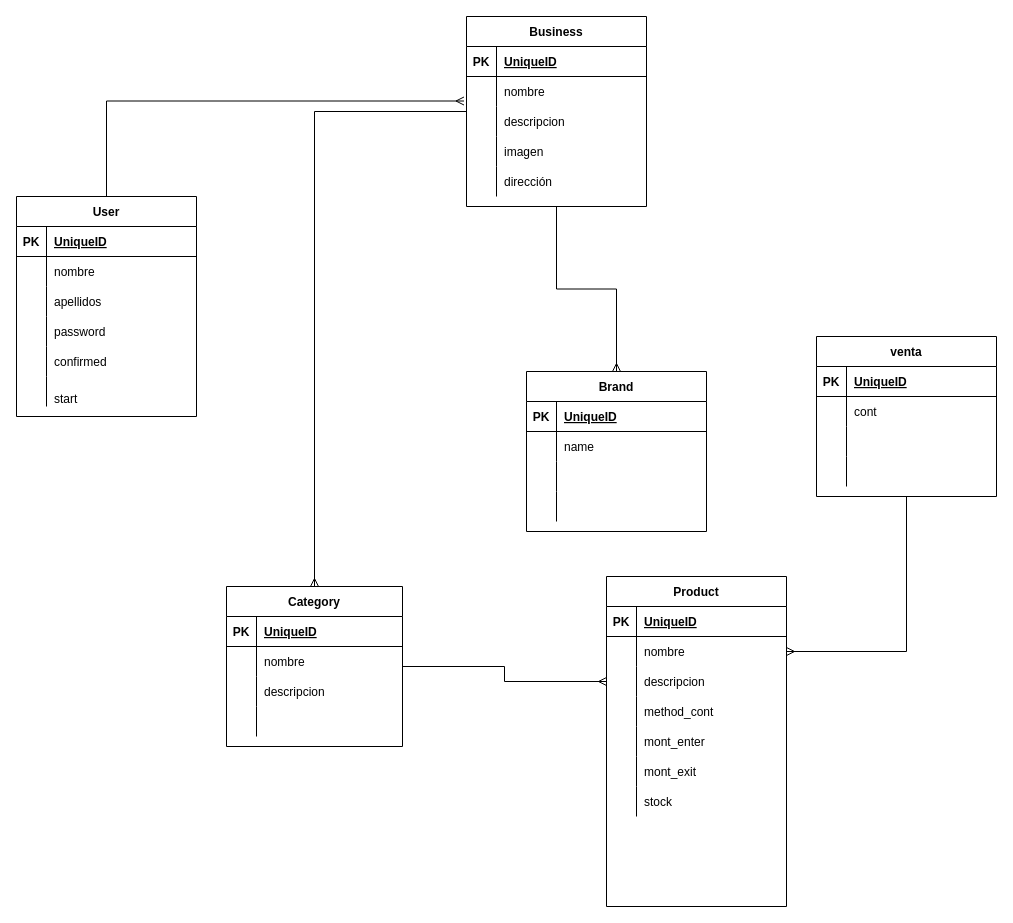
Before: page "bd_store_helper" (1 of 2) of resources/bd.drawio in chickenLeobar/storeapp, a draw.io diagram. Source tidied: cells renumbered, new cells numbered last; positions are measured from the earlier drawing's top-left corner, leaving out a move shared by most shapes. Both pictures are drawn from the tidied source at 100%, with x=0, y=0 at pixel (16, 16).
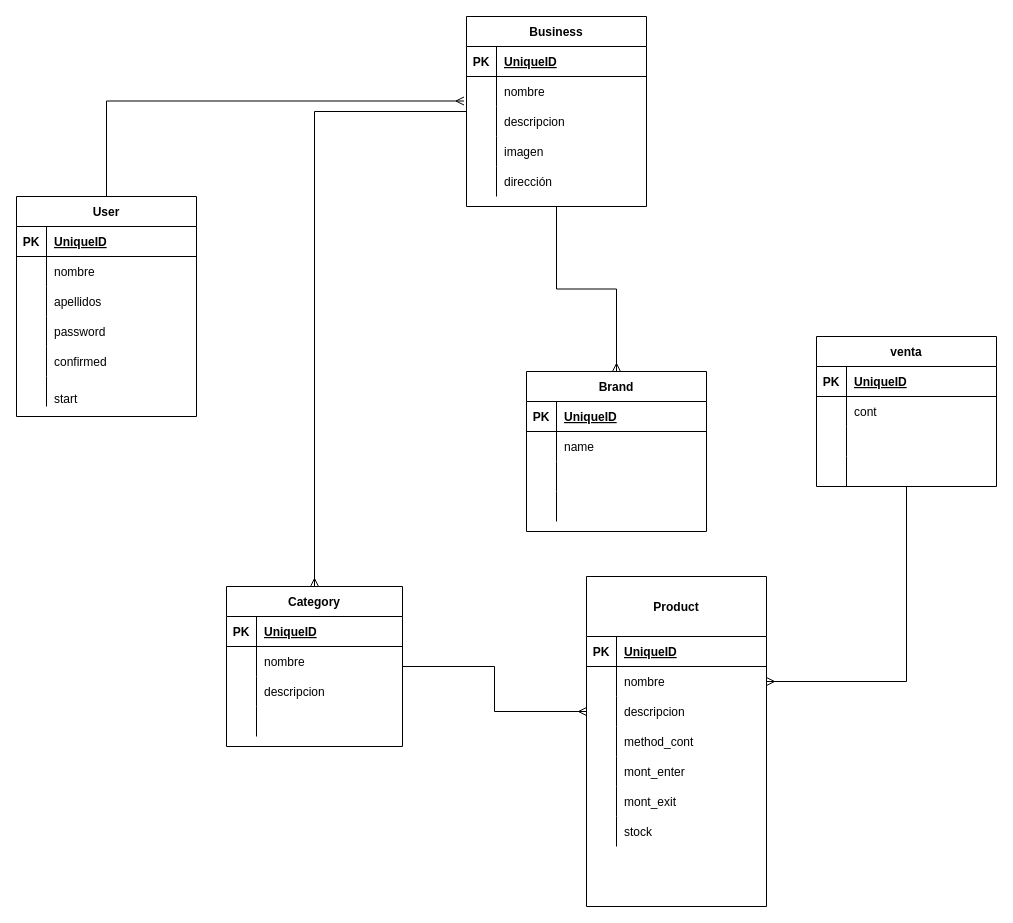
Above is the later version.

The edit, as a diff of the source:
```diff
@@
-    <mxCell id="40" value="Product" style="shape=table;startSize=30;childLayout=tableLayout;rowLines=0;fontStyle=1;align=center;" parent="1" vertex="1">
-      <mxGeometry x="590" y="560" width="180" height="330" as="geometry" />
+    <mxCell id="40" value="Product" style="shape=table;startSize=60;childLayout=tableLayout;rowLines=0;fontStyle=1;align=center;" parent="1" vertex="1">
+      <mxGeometry x="570" y="560" width="180" height="330" as="geometry" />
     </mxCell>
     <mxCell id="41" style="shape=partialRectangle;fillColor=none;top=0;left=0;bottom=1;right=0;" parent="40" vertex="1">
-      <mxGeometry y="30" width="180" height="30" as="geometry" />
+      <mxGeometry y="60" width="180" height="30" as="geometry" />
     </mxCell>
@@
     <mxCell id="44" style="shape=partialRectangle;fillColor=none;top=0;left=0;bottom=0;right=0;points=[[0,0.5],[1,0.5]];portConstraint=eastwest;" parent="40" vertex="1">
-      <mxGeometry y="60" width="180" height="30" as="geometry" />
+      <mxGeometry y="90" width="180" height="30" as="geometry" />
     </mxCell>
@@
     <mxCell id="47" style="shape=partialRectangle;fillColor=none;top=0;left=0;bottom=0;right=0;points=[[0,0.5],[1,0.5]];portConstraint=eastwest;" parent="40" vertex="1">
-      <mxGeometry y="90" width="180" height="30" as="geometry" />
+      <mxGeometry y="120" width="180" height="30" as="geometry" />
     </mxCell>
@@
     <mxCell id="50" style="shape=partialRectangle;fillColor=none;top=0;left=0;bottom=0;right=0;" parent="40" vertex="1">
-      <mxGeometry y="120" width="180" height="30" as="geometry" />
+      <mxGeometry y="150" width="180" height="30" as="geometry" />
     </mxCell>
@@
     <mxCell id="53" style="shape=partialRectangle;fillColor=none;top=0;left=0;bottom=0;right=0;" parent="40" vertex="1">
-      <mxGeometry y="150" width="180" height="30" as="geometry" />
+      <mxGeometry y="180" width="180" height="30" as="geometry" />
     </mxCell>
@@
     <mxCell id="56" style="shape=partialRectangle;fillColor=none;top=0;left=0;bottom=0;right=0;" parent="40" vertex="1">
-      <mxGeometry y="180" width="180" height="30" as="geometry" />
+      <mxGeometry y="210" width="180" height="30" as="geometry" />
     </mxCell>
@@
     <mxCell id="59" style="shape=partialRectangle;fillColor=none;top=0;left=0;bottom=0;right=0;" parent="40" vertex="1">
-      <mxGeometry y="210" width="180" height="30" as="geometry" />
+      <mxGeometry y="240" width="180" height="30" as="geometry" />
     </mxCell>
@@
     <mxCell id="77" value="venta" style="shape=table;startSize=30;childLayout=tableLayout;rowLines=0;fontStyle=1;align=center;" parent="1" vertex="1">
-      <mxGeometry x="800" y="320" width="180" height="160" as="geometry" />
+      <mxGeometry x="800" y="320" width="180" height="150" as="geometry" />
     </mxCell>
```
